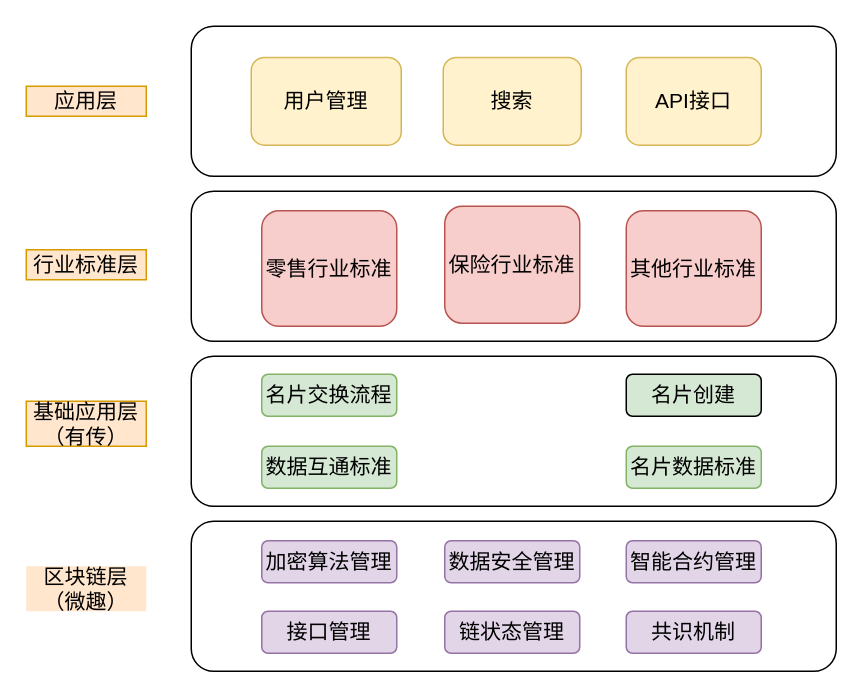
This is 有传_framework.drawio from frankyzf/drawio, a draw.io file, before an edit. Source tidied: cells renumbered, new cells numbered last; positions are measured from the earlier drawing's top-left corner, leaving out a move shared by most shapes. Both pictures are drawn from the tidied source at 150%, with x=0, y=0 at pixel (26, 26).
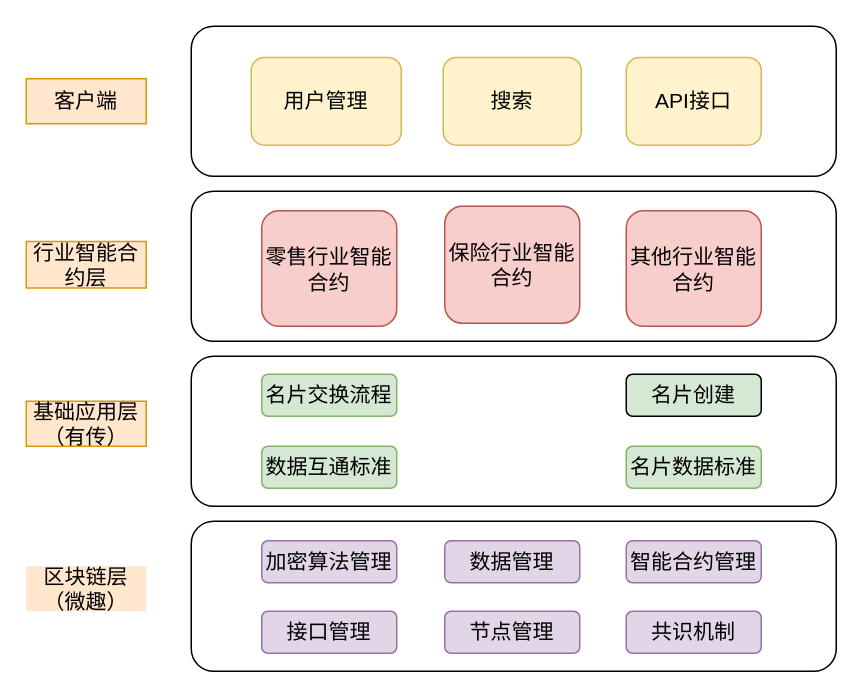
The same diagram, later.

Diff of the diagram source:
```diff
@@
-    <mxCell id="5" value="行业标准层" style="text;html=1;strokeColor=#d79b00;fillColor=#ffe6cc;align=center;verticalAlign=middle;whiteSpace=wrap;rounded=0;fontSize=14;" parent="1" vertex="1">
-      <mxGeometry y="149" width="80" height="20" as="geometry" />
+    <mxCell id="5" value="行业智能合约层" style="text;html=1;strokeColor=#d79b00;fillColor=#ffe6cc;align=center;verticalAlign=middle;whiteSpace=wrap;rounded=0;fontSize=14;" parent="1" vertex="1">
+      <mxGeometry y="143.5" width="80" height="31" as="geometry" />
     </mxCell>
@@
-    <mxCell id="7" value="应用层" style="text;html=1;strokeColor=#d79b00;fillColor=#ffe6cc;align=center;verticalAlign=middle;whiteSpace=wrap;rounded=0;fontSize=14;" parent="1" vertex="1">
-      <mxGeometry y="40" width="80" height="20" as="geometry" />
+    <mxCell id="7" value="客户端" style="text;html=1;strokeColor=#d79b00;fillColor=#ffe6cc;align=center;verticalAlign=middle;whiteSpace=wrap;rounded=0;fontSize=14;" parent="1" vertex="1">
+      <mxGeometry y="35" width="80" height="30" as="geometry" />
     </mxCell>
@@
-    <mxCell id="9" value="数据安全管理" style="rounded=1;whiteSpace=wrap;html=1;fontSize=14;fillColor=#e1d5e7;strokeColor=#9673a6;" parent="1" vertex="1">
+    <mxCell id="9" value="数据管理" style="rounded=1;whiteSpace=wrap;html=1;fontSize=14;fillColor=#e1d5e7;strokeColor=#9673a6;" parent="1" vertex="1">
       <mxGeometry x="279" y="343" width="90" height="28" as="geometry" />
     </mxCell>
@@
-    <mxCell id="12" value="链状态管理" style="rounded=1;whiteSpace=wrap;html=1;fontSize=14;fillColor=#e1d5e7;strokeColor=#9673a6;" parent="1" vertex="1">
+    <mxCell id="12" value="节点管理" style="rounded=1;whiteSpace=wrap;html=1;fontSize=14;fillColor=#e1d5e7;strokeColor=#9673a6;" parent="1" vertex="1">
       <mxGeometry x="279" y="390" width="90" height="28" as="geometry" />
     </mxCell>
@@
-    <mxCell id="20" value="其他行业标准" style="rounded=1;whiteSpace=wrap;html=1;fontSize=14;fillColor=#f8cecc;strokeColor=#b85450;" parent="1" vertex="1">
+    <mxCell id="20" value="其他行业智能合约" style="rounded=1;whiteSpace=wrap;html=1;fontSize=14;fillColor=#f8cecc;strokeColor=#b85450;" parent="1" vertex="1">
       <mxGeometry x="400" y="123" width="90" height="77" as="geometry" />
     </mxCell>
-    <mxCell id="21" value="零售行业标准" style="rounded=1;whiteSpace=wrap;html=1;fontSize=14;fillColor=#f8cecc;strokeColor=#b85450;" parent="1" vertex="1">
+    <mxCell id="21" value="零售行业智能合约" style="rounded=1;whiteSpace=wrap;html=1;fontSize=14;fillColor=#f8cecc;strokeColor=#b85450;" parent="1" vertex="1">
       <mxGeometry x="157" y="123" width="90" height="77" as="geometry" />
     </mxCell>
-    <mxCell id="22" value="保险行业标准" style="rounded=1;whiteSpace=wrap;html=1;fontSize=14;fillColor=#f8cecc;strokeColor=#b85450;" parent="1" vertex="1">
+    <mxCell id="22" value="保险行业智能合约" style="rounded=1;whiteSpace=wrap;html=1;fontSize=14;fillColor=#f8cecc;strokeColor=#b85450;" parent="1" vertex="1">
       <mxGeometry x="279" y="120" width="90" height="78" as="geometry" />
     </mxCell>
```
